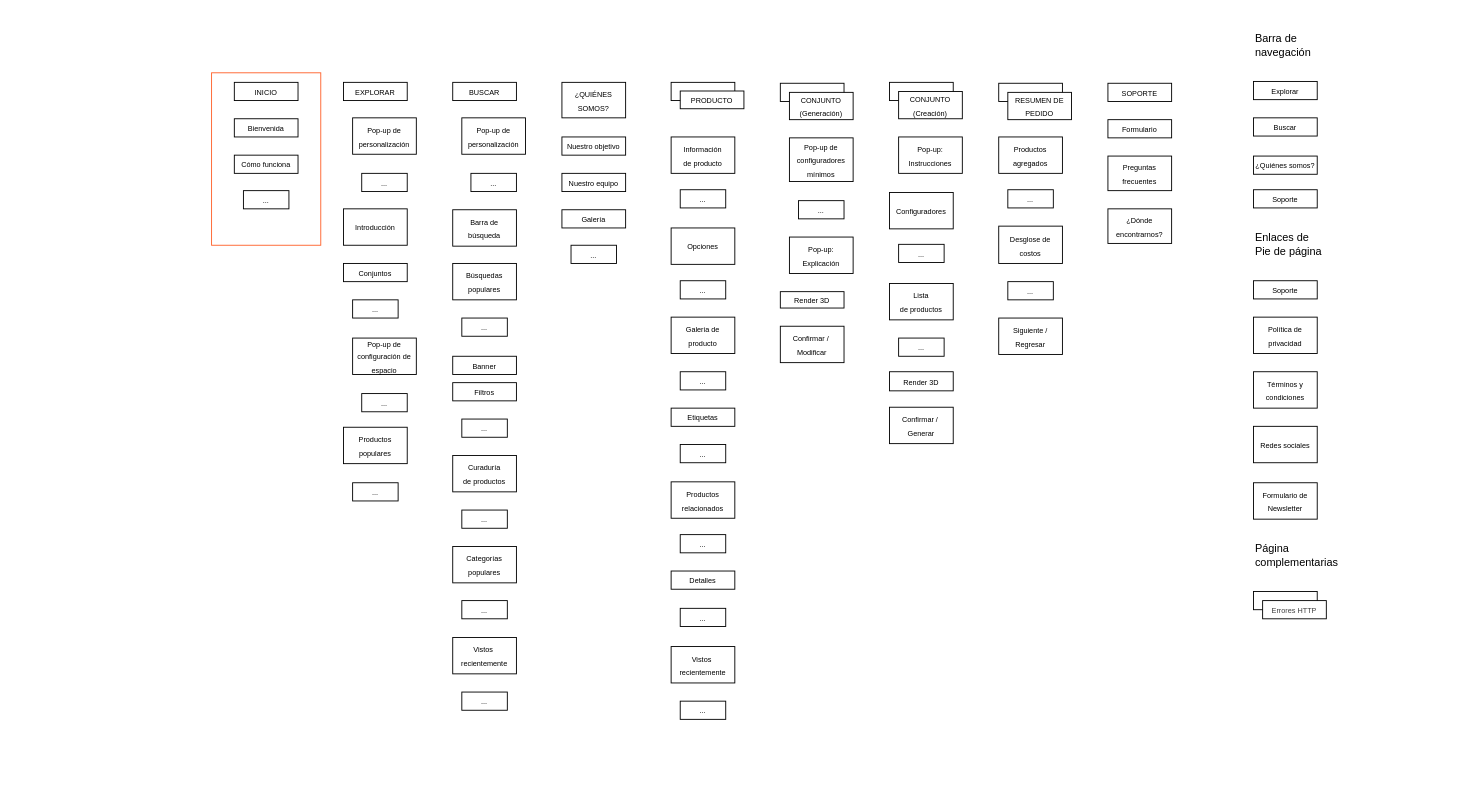
Above: page "Sitemap" (2 of 4) of arquitectura-de-informacion.drawio in omarbramirez/muebleria-mvp (draw.io), before the change. Source tidied: cells renumbered, new cells numbered last; positions are measured from the earlier drawing's top-left corner, leaving out a move shared by most shapes. Both pictures are drawn from the tidied source at 91%, with x=0, y=0 at pixel (15, 15).
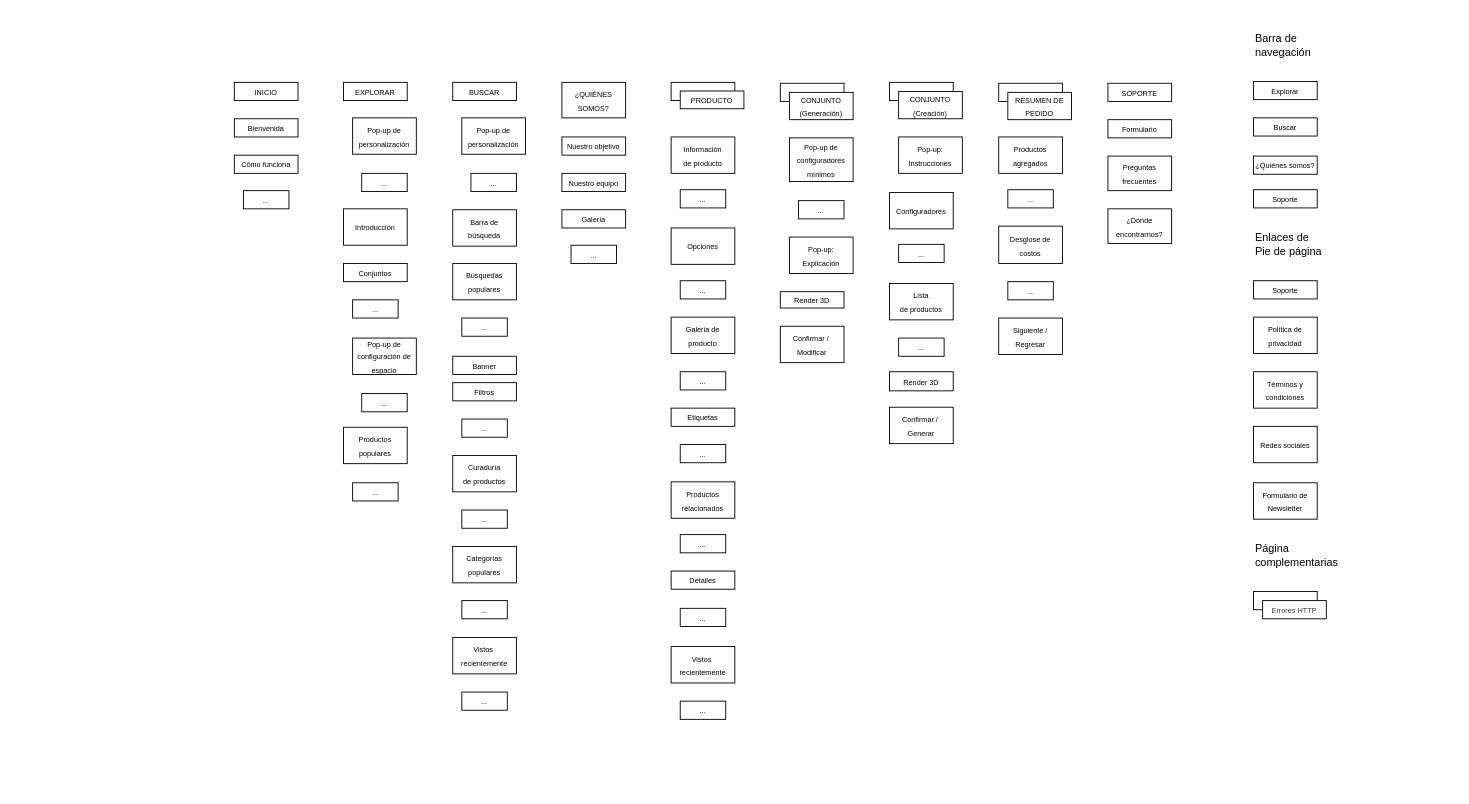
After the change.

Change to the diagram source:
```diff
@@
-    <mxCell id="93" style="rounded=0;whiteSpace=wrap;html=1;fillColor=none;strokeColor=#FF6029;" parent="1" vertex="1">
-      <mxGeometry x="215" y="62.5" width="120" height="189.5" as="geometry" />
-    </mxCell>
```
